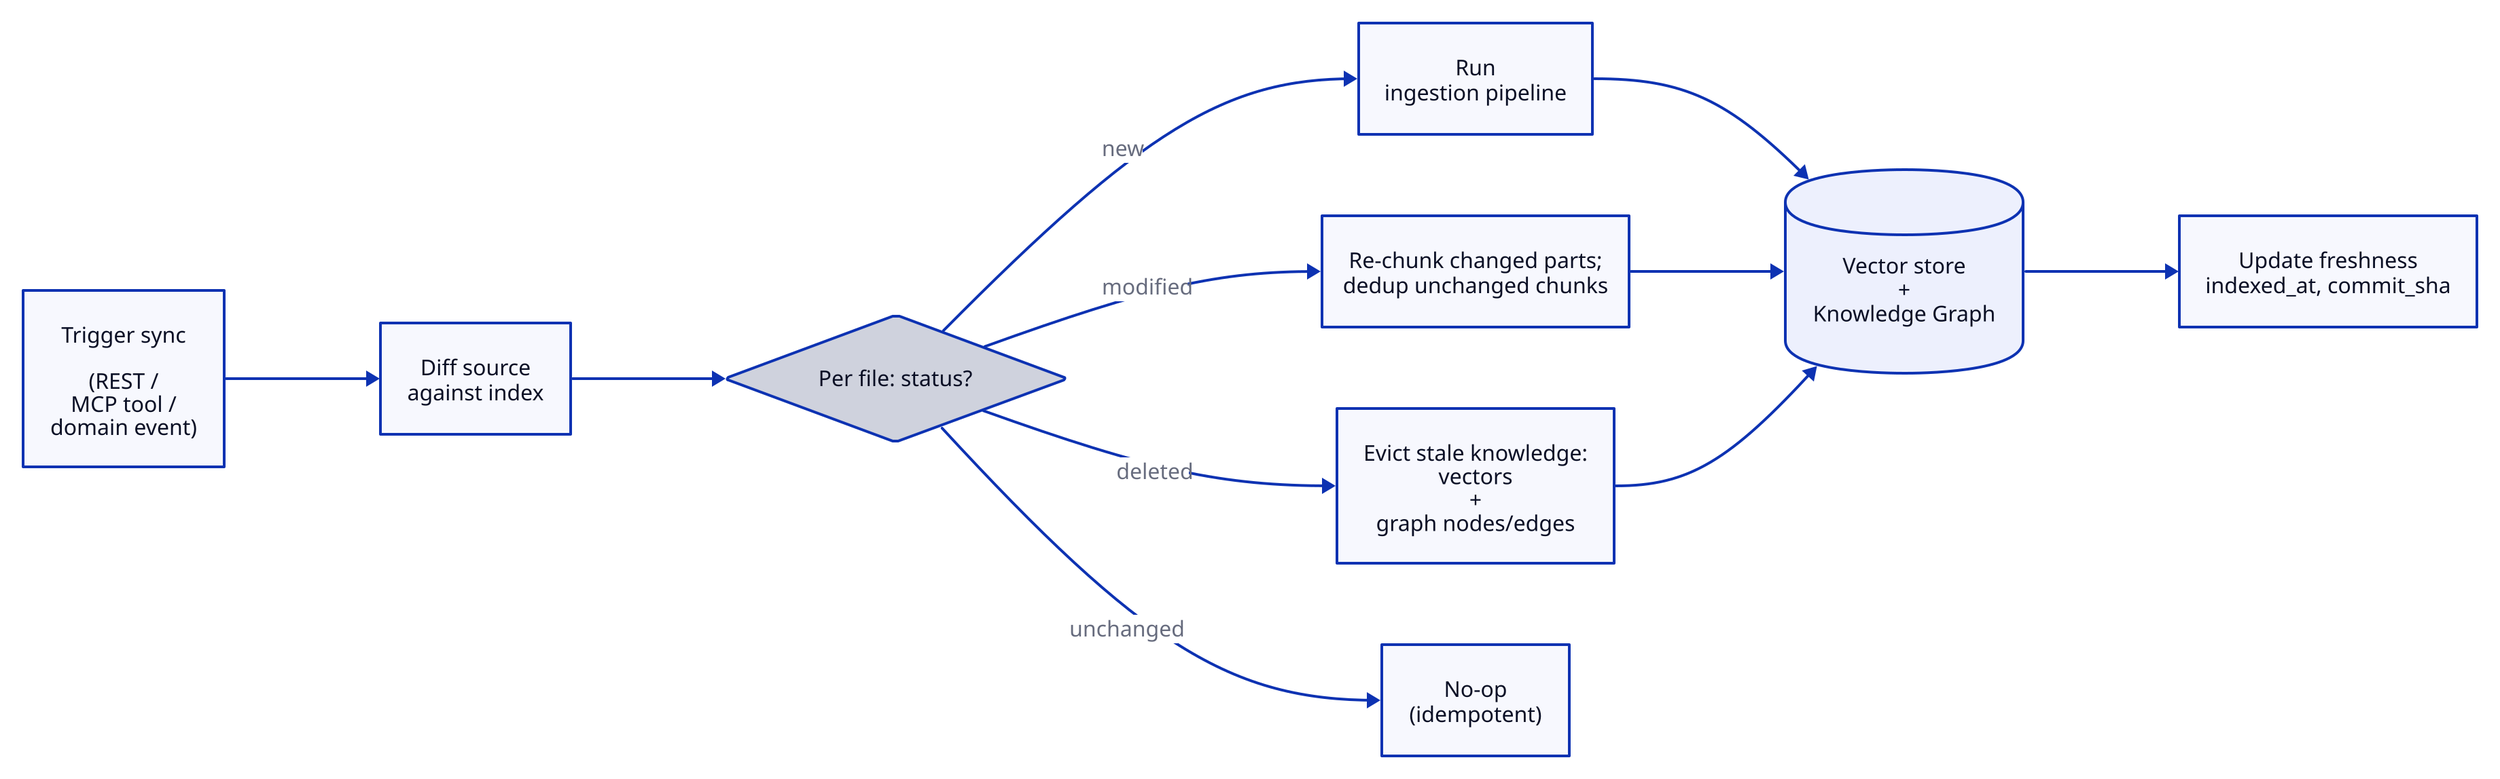
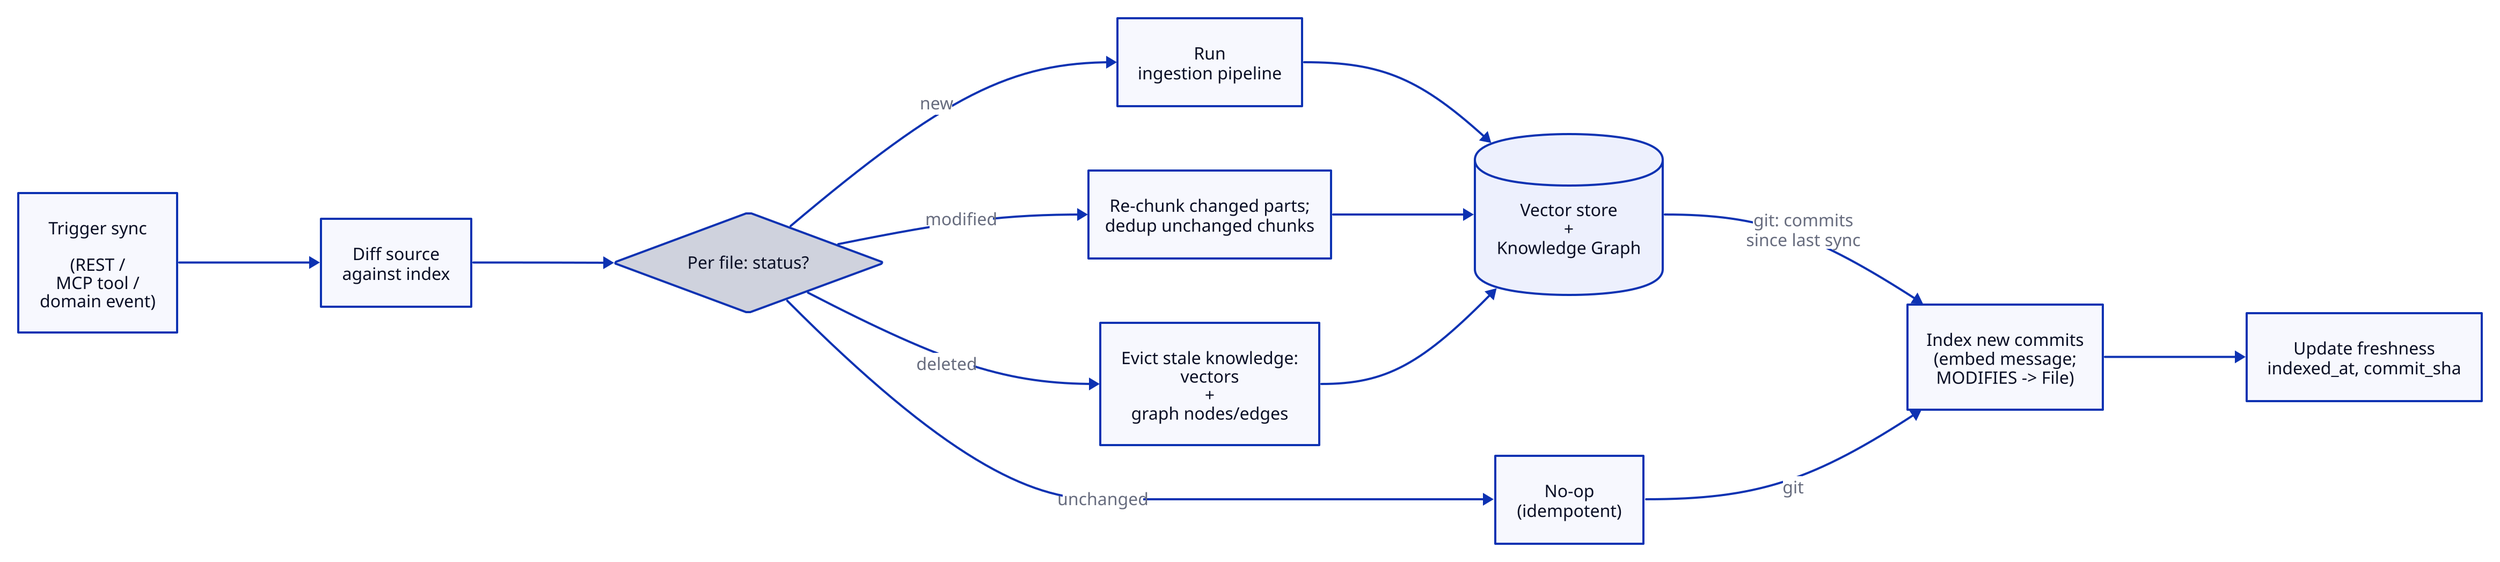
# Data Processing — 2 · Incremental sync & eviction (insert / update / delete)
# Triggered on demand via REST or an MCP tool; idempotent + incremental
# Reuses the same indexing filters (PIPELINE-INGESTION) on the changed delta; emits the
# IndexCompleted domain event on finish (retrieval cache invalidate + freshness update).
+ # For a git source, each sync also appends the commits that arrived since the last run
+ # (commit history is immutable, so this path only ever adds) — it runs after the file
+ # steps so MODIFIES edges find their File targets, and even when no file changed.
# Render:  d2 PIPELINE-SYNC.d2 PIPELINE-SYNC.svg
vars: {
  d2-config: {
    layout-engine: elk
    pad: 16
  }
}
direction: right

t: "Trigger sync\n\n(REST / \nMCP tool / \ndomain event)"
scan: "Diff source \nagainst index"
diff: "Per file: status?" {shape: diamond}
add: "Run \ningestion pipeline"
re: "Re-chunk changed parts;\ndedup unchanged chunks"
ev: "Evict stale knowledge:\nvectors \n+\n graph nodes/edges"
noop: "No-op \n(idempotent)"
+ cm: "Index new commits\n(embed message;\nMODIFIES -> File)"
idx: "Vector store \n+\n Knowledge Graph" {shape: cylinder}
fresh: "Update freshness\nindexed_at, commit_sha"

t -> scan -> diff
diff -> add: new
diff -> re: modified
diff -> ev: deleted
diff -> noop: unchanged
add -> idx
re -> idx
ev -> idx
- idx -> fresh
+ idx -> cm: "git: commits\nsince last sync"
+ noop -> cm: git
+ cm -> fresh
